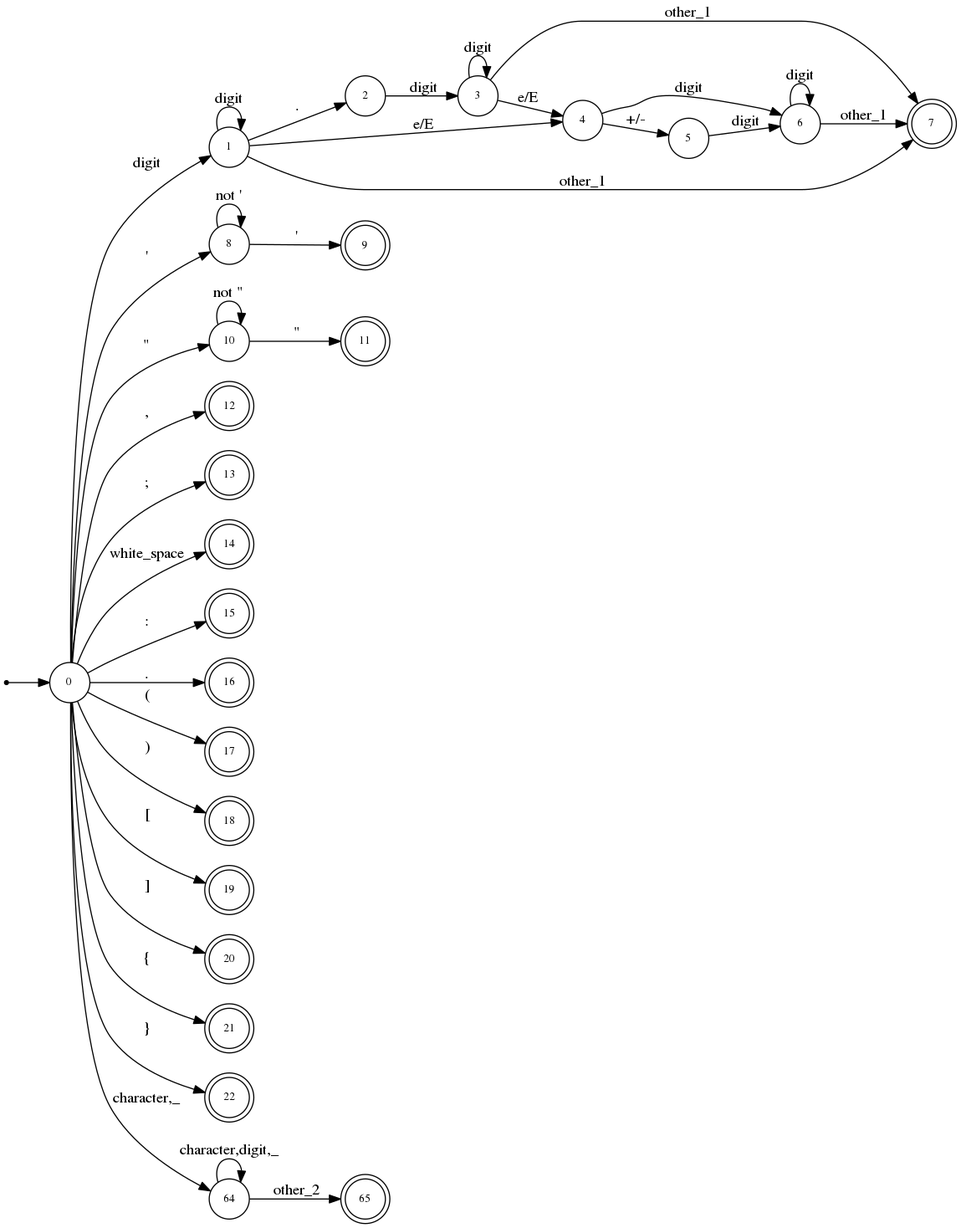
Above: doc/scaner.png in gmftbyGMFTBY/CCompilerInPython (Graphviz), before the change. Its source is kept beside it as doc/scaner.gv. Its diagram source:
```dot
digraph finit_state_machine {
    rankdir=LR;
    size="50,50";

    node [shape = point]; start;

    node [shape = circle, label = "0", fontsize = 10]; 0;
    node [shape = circle, label = "1", fontsize = 10]; 1;
    node [shape = circle, label = "2", fontsize = 10]; 2;
    node [shape = circle, label = "3", fontsize = 10]; 3;
    node [shape = circle, label = "4", fontsize = 10]; 4;
    node [shape = circle, label = "5", fontsize = 10]; 5;
    node [shape = circle, label = "6", fontsize = 10]; 6;
    node [shape = doublecircle, label = "7", fontsize = 10]; 7;

    node [shape = circle, label = "8", fontsize = 10]; 8;
    node [shape = doublecircle, label = "9", fontsize = 10]; 9;

    node [shape = circle, label = "10", fontsize = 10]; 10;
    node [shape = doublecircle, label = "11", fontsize = 10]; 11;

    node [shape = doublecircle, label = "12", fontsize = 10]; 12;       // ,
    node [shape = doublecircle, label = "13", fontsize = 10]; 13;       // ;
    node [shape = doublecircle, label = "14", fontsize = 10]; 14;       // white_space
    node [shape = doublecircle, label = "15", fontsize = 10]; 15;       // :
    node [shape = doublecircle, label = "16", fontsize = 10]; 16;       // .
    node [shape = doublecircle, label = "17", fontsize = 10]; 17;       // (
    node [shape = doublecircle, label = "18", fontsize = 10]; 18;       // )
    node [shape = doublecircle, label = "19", fontsize = 10]; 19;       // [
    node [shape = doublecircle, label = "20", fontsize = 10]; 20;       // ]
    node [shape = doublecircle, label = "21", fontsize = 10]; 21;       // {
    node [shape = doublecircle, label = "22", fontsize = 10]; 22;       // }

    /* the operator characer
    node [shape = doublecircle, label = "23", fontsize = 10]; 23;       // +, ++, +=
    node [shape = doublecircle, label = "24", fontsize = 10]; 24;       // +
    node [shape = doublecircle, label = "25", fontsize = 10]; 25;       // ++
    node [shape = doublecircle, label = "26", fontsize = 10]; 26;       // +=

    node [shape = doublecircle, label = "27", fontsize = 10]; 27;       // -, --, -=
    node [shape = doublecircle, label = "28", fontsize = 10]; 28;       // -
    node [shape = doublecircle, label = "29", fontsize = 10]; 29;       // --
    node [shape = doublecircle, label = "30", fontsize = 10]; 30;       // -=

    node [shape = doublecircle, label = "31", fontsize = 10]; 31;       // *, *=
    node [shape = doublecircle, label = "32", fontsize = 10]; 32;       // *
    node [shape = doublecircle, label = "33", fontsize = 10]; 33;       // *=

    node [shape = doublecircle, label = "34", fontsize = 10]; 34;       // /, /=
    node [shape = doublecircle, label = "35", fontsize = 10]; 35;       // /
    node [shape = doublecircle, label = "36", fontsize = 10]; 36;       // /=

    node [shape = doublecircle, label = "37", fontsize = 10]; 37;       // %, %=
    node [shape = doublecircle, label = "38", fontsize = 10]; 38;       // %
    node [shape = doublecircle, label = "39", fontsize = 10]; 39;       // %=

    node [shape = doublecircle, label = "40", fontsize = 10]; 40;       // =, ==
    node [shape = doublecircle, label = "41", fontsize = 10]; 41;       // =
    node [shape = doublecircle, label = "42", fontsize = 10]; 42;       // ==

    node [shape = doublecircle, label = "43", fontsize = 10]; 43;       // !, !=
    node [shape = doublecircle, label = "44", fontsize = 10]; 44;       // !
    node [shape = doublecircle, label = "45", fontsize = 10]; 45;       // !=

    node [shape = doublecircle, label = "46", fontsize = 10]; 46;       // <, <=, <<
    node [shape = doublecircle, label = "47", fontsize = 10]; 47;       // <
    node [shape = doublecircle, label = "48", fontsize = 10]; 48;       // <=
    node [shape = doublecircle, label = "49", fontsize = 10]; 49;       // <<

    node [shape = doublecircle, label = "50", fontsize = 10]; 50;       // >, >=, >>
    node [shape = doublecircle, label = "51", fontsize = 10]; 51;       // >
    node [shape = doublecircle, label = "52", fontsize = 10]; 52;       // >=
    node [shape = doublecircle, label = "53", fontsize = 10]; 53;       // >>

    node [shape = doublecircle, label = "54", fontsize = 10]; 54;       // ~

    node [shape = doublecircle, label = "55", fontsize = 10]; 55;       // &, &&, &=
    node [shape = doublecircle, label = "56", fontsize = 10]; 56;       // &
    node [shape = doublecircle, label = "57", fontsize = 10]; 57;       // &&
    node [shape = doublecircle, label = "58", fontsize = 10]; 58;       // &=

    node [shape = doublecircle, label = "59", fontsize = 10]; 59;       // |, ||, |=
    node [shape = doublecircle, label = "60", fontsize = 10]; 60;       // |
    node [shape = doublecircle, label = "61", fontsize = 10]; 61;       // ||
    node [shape = doublecircle, label = "62", fontsize = 10]; 62;       // |=

    */

    node [shape = circle, label = "64", fontsize = 10]; 64;
    node [shape = doublecircle, label = "65", fontsize = 10]; 65;             //

    0       ->      64      [label="character,_"];
    64      ->      64      [label="character,digit,_"];
    64      ->      65      [label="other_2"];


    start   ->      0;
    0       ->      1       [label="digit"];
    0       ->      8       [label="'"];
    0       ->      10      [label="\""];
    1       ->      1       [label="digit"];
    1       ->      2       [label="."];
    1       ->      4       [label="e/E"];
    1       ->      7       [label="other_1"];
    2       ->      3       [label="digit"];
    3       ->      3       [label="digit"];
    3       ->      7       [label="other_1"];
    3       ->      4       [label="e/E"];
    4       ->      6       [label="digit"];
    4       ->      5       [label="+/-"];
    5       ->      6       [label="digit"];
    6       ->      6       [label="digit"];
    6       ->      7       [label="other_1"];

    8       ->      8       [label="not '"];
    8       ->      9       [label="'"];
    10      ->      10       [label="not \""];
    10      ->      11      [label="\""];

    0       ->      12      [label=","];
    0       ->      13      [label=";"];
    0       ->      14      [label ="white_space"];
    0       ->      15      [label=":"];
    0       ->      16      [label="."];
    0       ->      17      [label="("];
    0       ->      18      [label=")"];
    0       ->      19      [label="["];
    0       ->      20      [label="]"];
    0       ->      21      [label="{"];
    0       ->      22      [label="}"];

}
```
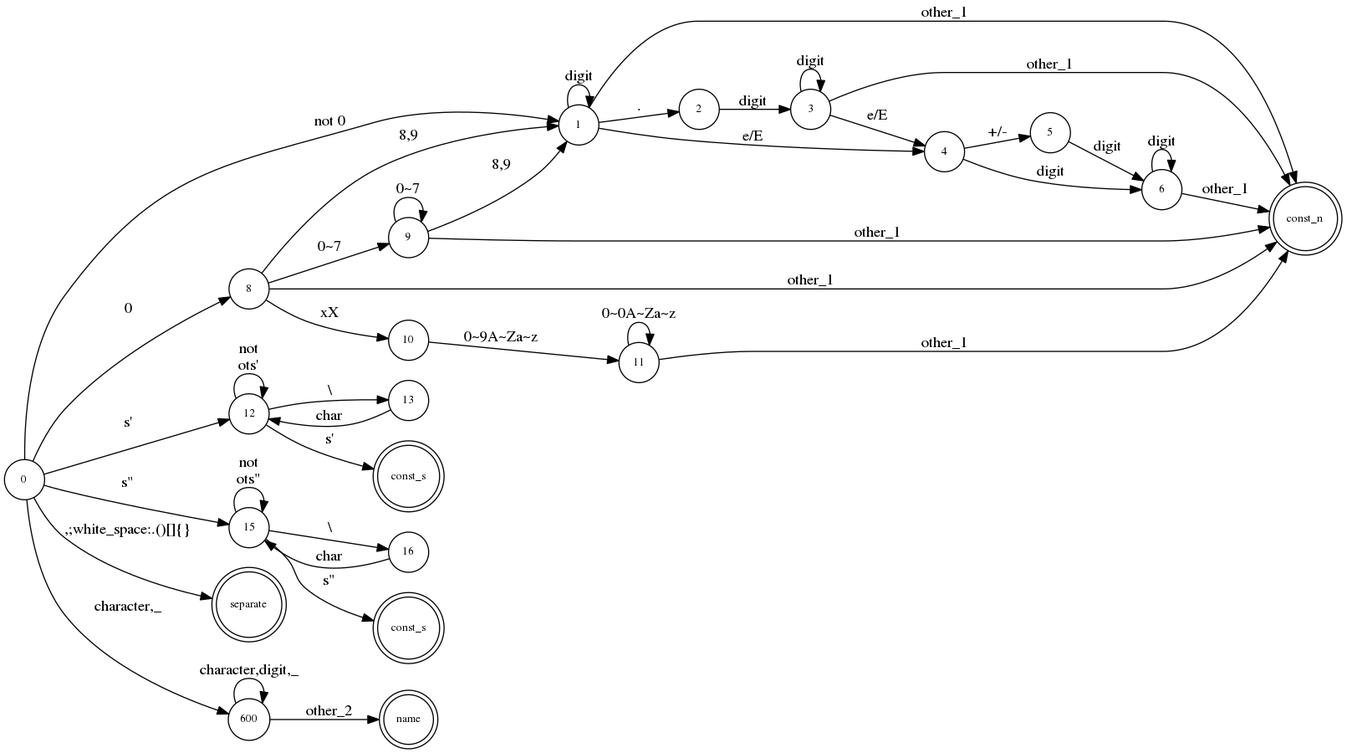
Above is the later version.

The edit, as a diff of the source:
```diff
@@ -1,8 +1,6 @@
 digraph finit_state_machine {
     rankdir=LR;
     size="50,50";
-
-    node [shape = point]; start;
 
     node [shape = circle, label = "0", fontsize = 10]; 0;
     node [shape = circle, label = "1", fontsize = 10]; 1;
@@ -11,93 +9,86 @@
     node [shape = circle, label = "4", fontsize = 10]; 4;
     node [shape = circle, label = "5", fontsize = 10]; 5;
     node [shape = circle, label = "6", fontsize = 10]; 6;
-    node [shape = doublecircle, label = "7", fontsize = 10]; 7;
+    node [shape = doublecircle, label = "const_n", fontsize = 10]; 7;
+    node [shape = circle, label = "8", fontsize = 10]; 8;
+    node [shape = circle, label = "9", fontsize = 10]; 9;
+    node [shape = circle, label = "10", fontsize = 10]; 10;
+    node [shape = circle, label = "11", fontsize = 10]; 11;
 
-    node [shape = circle, label = "8", fontsize = 10]; 8;
-    node [shape = doublecircle, label = "9", fontsize = 10]; 9;
+    node [shape = circle, label = "12", fontsize = 10]; 12;
+    node [shape = circle, label = "13", fontsize = 10]; 13;
+    node [shape = doublecircle, label = "const_s", fontsize = 10]; 14;
+    node [shape = circle, label = "15", fontsize = 10]; 15;
+    node [shape = circle, label = "16", fontsize = 10]; 16;
+    node [shape = doublecircle, label = "const_s", fontsize = 10]; 17
 
-    node [shape = circle, label = "10", fontsize = 10]; 10;
-    node [shape = doublecircle, label = "11", fontsize = 10]; 11;
+    node [shape = doublecircle, label = "separate", fontsize = 10]; 200;  // ,
 
-    node [shape = doublecircle, label = "12", fontsize = 10]; 12;       // ,
-    node [shape = doublecircle, label = "13", fontsize = 10]; 13;       // ;
-    node [shape = doublecircle, label = "14", fontsize = 10]; 14;       // white_space
-    node [shape = doublecircle, label = "15", fontsize = 10]; 15;       // :
-    node [shape = doublecircle, label = "16", fontsize = 10]; 16;       // .
-    node [shape = doublecircle, label = "17", fontsize = 10]; 17;       // (
-    node [shape = doublecircle, label = "18", fontsize = 10]; 18;       // )
-    node [shape = doublecircle, label = "19", fontsize = 10]; 19;       // [
-    node [shape = doublecircle, label = "20", fontsize = 10]; 20;       // ]
-    node [shape = doublecircle, label = "21", fontsize = 10]; 21;       // {
-    node [shape = doublecircle, label = "22", fontsize = 10]; 22;       // }
+    /* the operator characer 400 ~ 500
+    node [shape = doublecircle, label = "400", fontsize = 10]; 400;       // +, ++, +=
+    node [shape = doublecircle, label = "401", fontsize = 10]; 401;       // +
+    node [shape = doublecircle, label = "402", fontsize = 10]; 402;       // ++
+    node [shape = doublecircle, label = "403", fontsize = 10]; 403;       // +=
 
-    /* the operator characer
-    node [shape = doublecircle, label = "23", fontsize = 10]; 23;       // +, ++, +=
-    node [shape = doublecircle, label = "24", fontsize = 10]; 24;       // +
-    node [shape = doublecircle, label = "25", fontsize = 10]; 25;       // ++
-    node [shape = doublecircle, label = "26", fontsize = 10]; 26;       // +=
+    node [shape = doublecircle, label = "404", fontsize = 10]; 404;       // -, --, -=
+    node [shape = doublecircle, label = "405", fontsize = 10]; 405;       // -
+    node [shape = doublecircle, label = "406", fontsize = 10]; 406;       // --
+    node [shape = doublecircle, label = "407", fontsize = 10]; 407;       // -=
 
-    node [shape = doublecircle, label = "27", fontsize = 10]; 27;       // -, --, -=
-    node [shape = doublecircle, label = "28", fontsize = 10]; 28;       // -
-    node [shape = doublecircle, label = "29", fontsize = 10]; 29;       // --
-    node [shape = doublecircle, label = "30", fontsize = 10]; 30;       // -=
+    node [shape = doublecircle, label = "408", fontsize = 10]; 408;       // *, *=
+    node [shape = doublecircle, label = "409", fontsize = 10]; 409;       // *
+    node [shape = doublecircle, label = "410", fontsize = 10]; 410;       // *=
 
-    node [shape = doublecircle, label = "31", fontsize = 10]; 31;       // *, *=
-    node [shape = doublecircle, label = "32", fontsize = 10]; 32;       // *
-    node [shape = doublecircle, label = "33", fontsize = 10]; 33;       // *=
+    node [shape = doublecircle, label = "411", fontsize = 10]; 411;       // /, /=
+    node [shape = doublecircle, label = "412", fontsize = 10]; 412;       // /
+    node [shape = doublecircle, label = "413", fontsize = 10]; 413;       // /=
 
-    node [shape = doublecircle, label = "34", fontsize = 10]; 34;       // /, /=
-    node [shape = doublecircle, label = "35", fontsize = 10]; 35;       // /
-    node [shape = doublecircle, label = "36", fontsize = 10]; 36;       // /=
+    node [shape = doublecircle, label = "414", fontsize = 10]; 414;       // %, %=
+    node [shape = doublecircle, label = "415", fontsize = 10]; 415;       // %
+    node [shape = doublecircle, label = "416", fontsize = 10]; 416;       // %=
 
-    node [shape = doublecircle, label = "37", fontsize = 10]; 37;       // %, %=
-    node [shape = doublecircle, label = "38", fontsize = 10]; 38;       // %
-    node [shape = doublecircle, label = "39", fontsize = 10]; 39;       // %=
+    node [shape = doublecircle, label = "417", fontsize = 10]; 417;       // =, ==
+    node [shape = doublecircle, label = "418", fontsize = 10]; 418;       // =
+    node [shape = doublecircle, label = "419", fontsize = 10]; 419;       // ==
 
-    node [shape = doublecircle, label = "40", fontsize = 10]; 40;       // =, ==
-    node [shape = doublecircle, label = "41", fontsize = 10]; 41;       // =
-    node [shape = doublecircle, label = "42", fontsize = 10]; 42;       // ==
+    node [shape = doublecircle, label = "420", fontsize = 10]; 420;       // !, !=
+    node [shape = doublecircle, label = "421", fontsize = 10]; 421;       // !
+    node [shape = doublecircle, label = "422", fontsize = 10]; 422;       // !=
 
-    node [shape = doublecircle, label = "43", fontsize = 10]; 43;       // !, !=
-    node [shape = doublecircle, label = "44", fontsize = 10]; 44;       // !
-    node [shape = doublecircle, label = "45", fontsize = 10]; 45;       // !=
+    node [shape = doublecircle, label = "423", fontsize = 10]; 423;       // <, <=, <<
+    node [shape = doublecircle, label = "424", fontsize = 10]; 424;       // <
+    node [shape = doublecircle, label = "425", fontsize = 10]; 425;       // <=
+    node [shape = doublecircle, label = "426", fontsize = 10]; 426;       // <<
 
-    node [shape = doublecircle, label = "46", fontsize = 10]; 46;       // <, <=, <<
-    node [shape = doublecircle, label = "47", fontsize = 10]; 47;       // <
-    node [shape = doublecircle, label = "48", fontsize = 10]; 48;       // <=
-    node [shape = doublecircle, label = "49", fontsize = 10]; 49;       // <<
+    node [shape = doublecircle, label = "427", fontsize = 10]; 427;       // >, >=, >>
+    node [shape = doublecircle, label = "428", fontsize = 10]; 428;       // >
+    node [shape = doublecircle, label = "429", fontsize = 10]; 429;       // >=
+    node [shape = doublecircle, label = "430", fontsize = 10]; 430;       // >>
 
-    node [shape = doublecircle, label = "50", fontsize = 10]; 50;       // >, >=, >>
-    node [shape = doublecircle, label = "51", fontsize = 10]; 51;       // >
-    node [shape = doublecircle, label = "52", fontsize = 10]; 52;       // >=
-    node [shape = doublecircle, label = "53", fontsize = 10]; 53;       // >>
+    node [shape = doublecircle, label = "431", fontsize = 10]; 431;       // ~
 
-    node [shape = doublecircle, label = "54", fontsize = 10]; 54;       // ~
+    node [shape = doublecircle, label = "432", fontsize = 10]; 432;       // &, &&, &=
+    node [shape = doublecircle, label = "433", fontsize = 10]; 433;       // &
+    node [shape = doublecircle, label = "434", fontsize = 10]; 434;       // &&
+    node [shape = doublecircle, label = "435", fontsize = 10]; 435;       // &=
 
-    node [shape = doublecircle, label = "55", fontsize = 10]; 55;       // &, &&, &=
-    node [shape = doublecircle, label = "56", fontsize = 10]; 56;       // &
-    node [shape = doublecircle, label = "57", fontsize = 10]; 57;       // &&
-    node [shape = doublecircle, label = "58", fontsize = 10]; 58;       // &=
-
-    node [shape = doublecircle, label = "59", fontsize = 10]; 59;       // |, ||, |=
-    node [shape = doublecircle, label = "60", fontsize = 10]; 60;       // |
-    node [shape = doublecircle, label = "61", fontsize = 10]; 61;       // ||
-    node [shape = doublecircle, label = "62", fontsize = 10]; 62;       // |=
+    node [shape = doublecircle, label = "436", fontsize = 10]; 436;       // |, ||, |=
+    node [shape = doublecircle, label = "437", fontsize = 10]; 437;       // |
+    node [shape = doublecircle, label = "438", fontsize = 10]; 438;       // ||
+    node [shape = doublecircle, label = "439", fontsize = 10]; 439;       // |=
 
     */
 
-    node [shape = circle, label = "64", fontsize = 10]; 64;
-    node [shape = doublecircle, label = "65", fontsize = 10]; 65;             //
+    node [shape = circle, label = "600", fontsize = 10]; 600;
+    node [shape = doublecircle, label = "name", fontsize = 10]; 601;             //
 
-    0       ->      64      [label="character,_"];
-    64      ->      64      [label="character,digit,_"];
-    64      ->      65      [label="other_2"];
+    0       ->      600      [label="character,_"];
+    600     ->      600      [label="character,digit,_"];
+    600     ->      601      [label="other_2"];
 
 
-    start   ->      0;
-    0       ->      1       [label="digit"];
-    0       ->      8       [label="'"];
-    0       ->      10      [label="\""];
+    0       ->      1       [label="not 0"];
+    0       ->      8       [label="0"];
     1       ->      1       [label="digit"];
     1       ->      2       [label="."];
     1       ->      4       [label="e/E"];
@@ -111,22 +102,28 @@
     5       ->      6       [label="digit"];
     6       ->      6       [label="digit"];
     6       ->      7       [label="other_1"];
+    8       ->      1       [label="8,9"];
+    8       ->      9       [label="0~7"];
+    8       ->      10      [label="xX"];
+    8       ->      7       [label="other_1"];
+    9       ->      9       [label="0~7"];
+    9       ->      1       [label="8,9"];
+    9       ->      7       [label="other_1"]
+    10      ->      11      [label="0~9A~Za~z"];
+    11      ->      11      [label="0~0A~Za~z"];
+    11      ->      7       [label="other_1"];
 
-    8       ->      8       [label="not '"];
-    8       ->      9       [label="'"];
-    10      ->      10       [label="not \""];
-    10      ->      11      [label="\""];
+    0       ->      12      [label="s'"];
+    12      ->      12      [label="not\nots'"];
+    12      ->      13      [label="\\"];
+    12      ->      14      [label="s'"]
+    13      ->      12      [label="char"];
 
-    0       ->      12      [label=","];
-    0       ->      13      [label=";"];
-    0       ->      14      [label ="white_space"];
-    0       ->      15      [label=":"];
-    0       ->      16      [label="."];
-    0       ->      17      [label="("];
-    0       ->      18      [label=")"];
-    0       ->      19      [label="["];
-    0       ->      20      [label="]"];
-    0       ->      21      [label="{"];
-    0       ->      22      [label="}"];
+    0       ->      15      [label="s\""];
+    15      ->      15      [label="not\nots\""];
+    15      ->      16      [label="\\"];
+    15      ->      17      [label="s\""];
+    16      ->      15      [label="char"]
 
+    0       ->      200    [label=",;white_space:.()[]{}"];
 }
```
